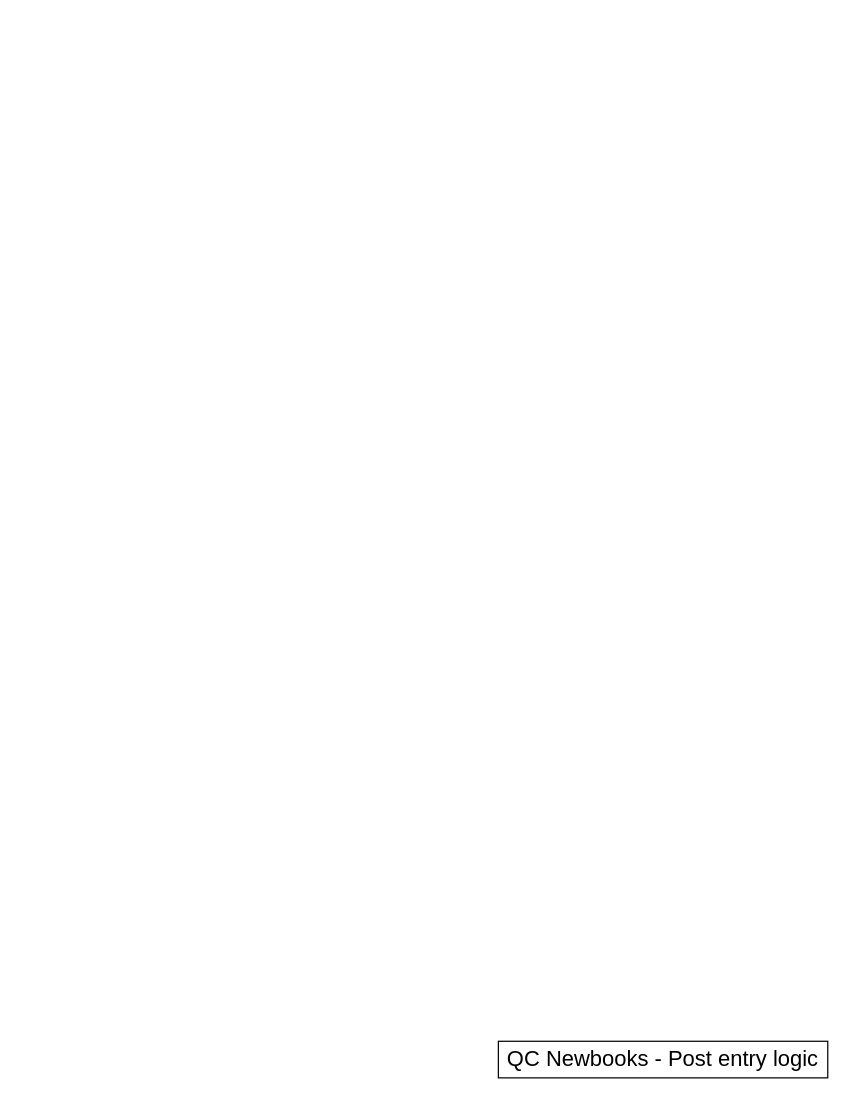
Dave13-Ui/diagram-qc-new-books keeps this draw.io diagram as QC_Newbooks_Diagrams.drawio. Above is the earlier version. Source tidied: cells renumbered, new cells numbered last; positions are measured from the earlier drawing's top-left corner, leaving out a move shared by most shapes. Both pictures are drawn from the tidied source at 122%, with x=0, y=0 at pixel (498, 1041).
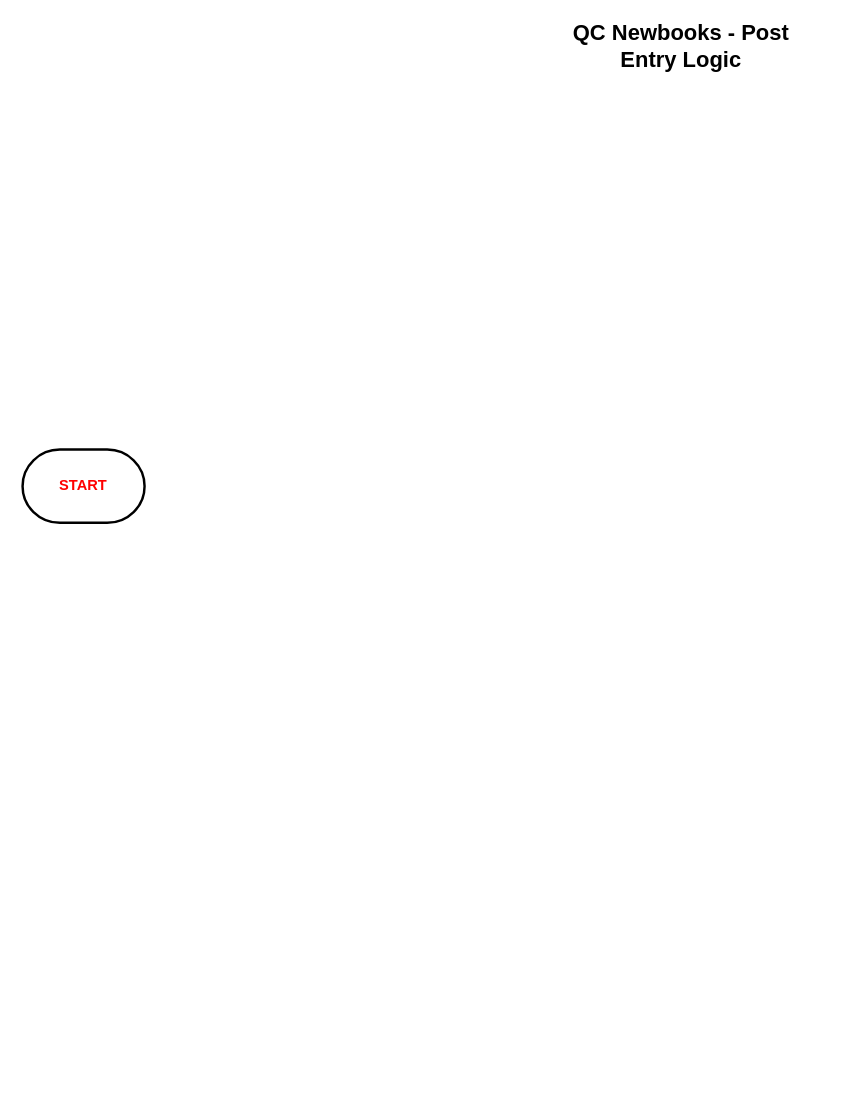
Above is the later version.

Change to the diagram source:
```diff
@@
 <mxGraphModel>
   <root>
     <mxCell id="0" />
     <mxCell id="1" parent="0" />
-    <mxCell id="2" value="&lt;font style=&quot;font-size: 18px;&quot;&gt;QC Newbooks - Post entry logic&lt;/font&gt;" style="whiteSpace=wrap;html=1;align=center;" parent="1" vertex="1">
-      <mxGeometry width="270" height="30" as="geometry" />
-    </mxCell>
+    <mxCell id="3" value="&lt;b&gt;&lt;font style=&quot;font-size: 18px;&quot;&gt;QC Newbooks - Post Entry Logic&lt;/font&gt;&lt;/b&gt;" style="text;html=1;whiteSpace=wrap;strokeColor=none;fillColor=none;align=center;verticalAlign=middle;rounded=0;" parent="1" vertex="1">
+      <mxGeometry x="60" y="-830" width="180" height="30" as="geometry" />
+    </mxCell>
+    <mxCell id="4" value="&lt;b&gt;&lt;font style=&quot;color: rgb(255, 0, 0);&quot;&gt;START&lt;/font&gt;&lt;/b&gt;" style="strokeWidth=2;html=1;shape=mxgraph.flowchart.terminator;whiteSpace=wrap;" parent="1" vertex="1">
+      <mxGeometry x="-390" y="-485" width="100" height="60" as="geometry" />
+    </mxCell>
   </root>
 </mxGraphModel>
```
